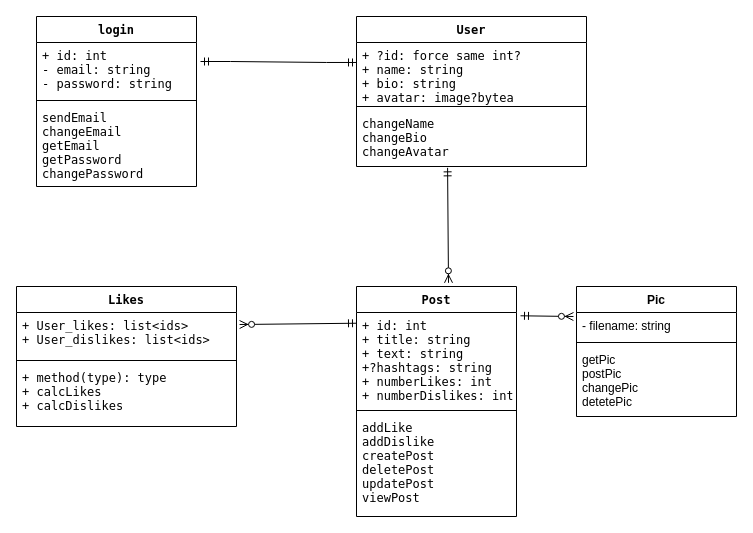
The draw.io diagram djangogramm.drawio in Ostin-X/djangogramm, before the edit. Source tidied: cells renumbered, new cells numbered last; positions are measured from the earlier drawing's top-left corner, leaving out a move shared by most shapes. Both pictures are drawn from the tidied source at 100%, with x=0, y=0 at pixel (16, 16).
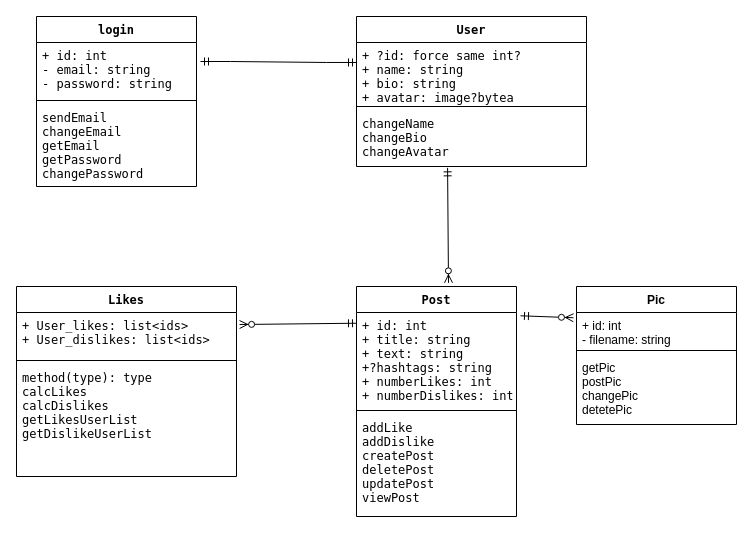
The same diagram, later.

Change to the diagram source:
```diff
@@
     <mxCell id="14" value="Likes" style="swimlane;fontStyle=1;align=center;verticalAlign=top;horizontal=1;startSize=26;fontFamily=Lucida Console;fontSize=12;" parent="1" vertex="1">
-      <mxGeometry y="270" width="220" height="140" as="geometry" />
+      <mxGeometry y="270" width="220" height="190" as="geometry" />
     </mxCell>
@@
-    <mxCell id="17" value="+ method(type): type&#10;+ calcLikes&#10;+ calcDislikes" style="text;strokeColor=none;fillColor=none;align=left;verticalAlign=top;spacingLeft=4;spacingRight=4;overflow=hidden;fontFamily=Lucida Console;fontSize=12;" parent="14" vertex="1">
-      <mxGeometry y="78" width="220" height="62" as="geometry" />
+    <mxCell id="17" value="method(type): type&#10;calcLikes&#10;calcDislikes&#10;getLikesUserList&#10;getDislikeUserList&#10;&#10;" style="text;strokeColor=none;fillColor=none;align=left;verticalAlign=top;spacingLeft=4;spacingRight=4;overflow=hidden;fontFamily=Lucida Console;fontSize=12;" parent="14" vertex="1">
+      <mxGeometry y="78" width="220" height="112" as="geometry" />
     </mxCell>
     <mxCell id="18" value="Pic&#10;" style="swimlane;fontStyle=1;align=center;verticalAlign=top;horizontal=1;startSize=26;" parent="1" vertex="1">
-      <mxGeometry x="560" y="270" width="160" height="130" as="geometry" />
+      <mxGeometry x="560" y="270" width="160" height="138" as="geometry" />
     </mxCell>
-    <mxCell id="19" value="- filename: string" style="text;strokeColor=none;fillColor=none;align=left;verticalAlign=top;spacingLeft=4;spacingRight=4;overflow=hidden;points=[[0,0.5],[1,0.5]];portConstraint=eastwest;" parent="18" vertex="1">
-      <mxGeometry y="26" width="160" height="26" as="geometry" />
+    <mxCell id="19" value="+ id: int&#10;- filename: string" style="text;strokeColor=none;fillColor=none;align=left;verticalAlign=top;spacingLeft=4;spacingRight=4;overflow=hidden;points=[[0,0.5],[1,0.5]];portConstraint=eastwest;" parent="18" vertex="1">
+      <mxGeometry y="26" width="160" height="34" as="geometry" />
     </mxCell>
     <mxCell id="20" style="line;strokeWidth=1;fillColor=none;align=left;verticalAlign=middle;spacingTop=-1;spacingLeft=3;spacingRight=3;labelPosition=right;" parent="18" vertex="1">
-      <mxGeometry y="52" width="160" height="8" as="geometry" />
+      <mxGeometry y="60" width="160" height="8" as="geometry" />
     </mxCell>
     <mxCell id="21" value="getPic&#10;postPic&#10;changePic&#10;detetePic" style="text;strokeColor=none;fillColor=none;align=left;verticalAlign=top;spacingLeft=4;spacingRight=4;overflow=hidden;" parent="18" vertex="1">
-      <mxGeometry y="60" width="160" height="70" as="geometry" />
+      <mxGeometry y="68" width="160" height="70" as="geometry" />
     </mxCell>
```
